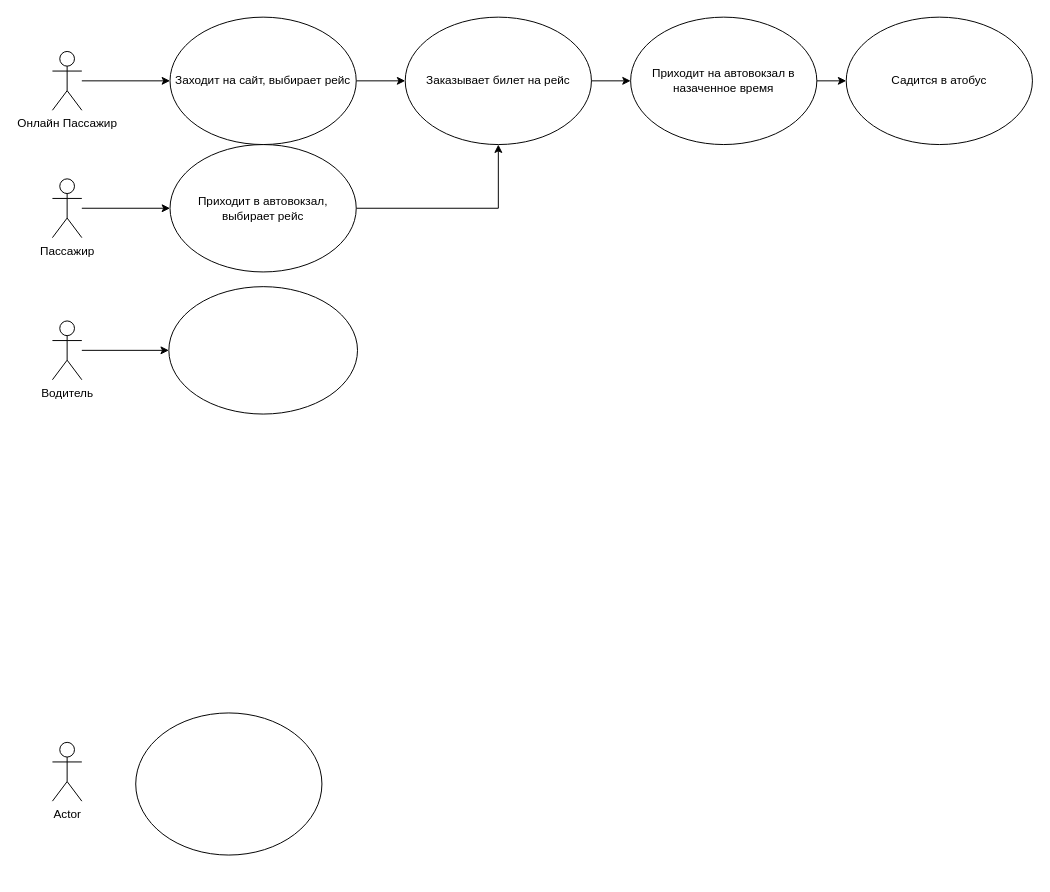
This is Диаграмма класссааааа без названия.drawio from L0g1sT/Raports.PZ., a draw.io file, before an edit. Source tidied: cells renumbered, new cells numbered last; positions are measured from the earlier drawing's top-left corner, leaving out a move shared by most shapes. Both pictures are drawn from the tidied source at 98%, with x=0, y=0 at pixel (52, 17).
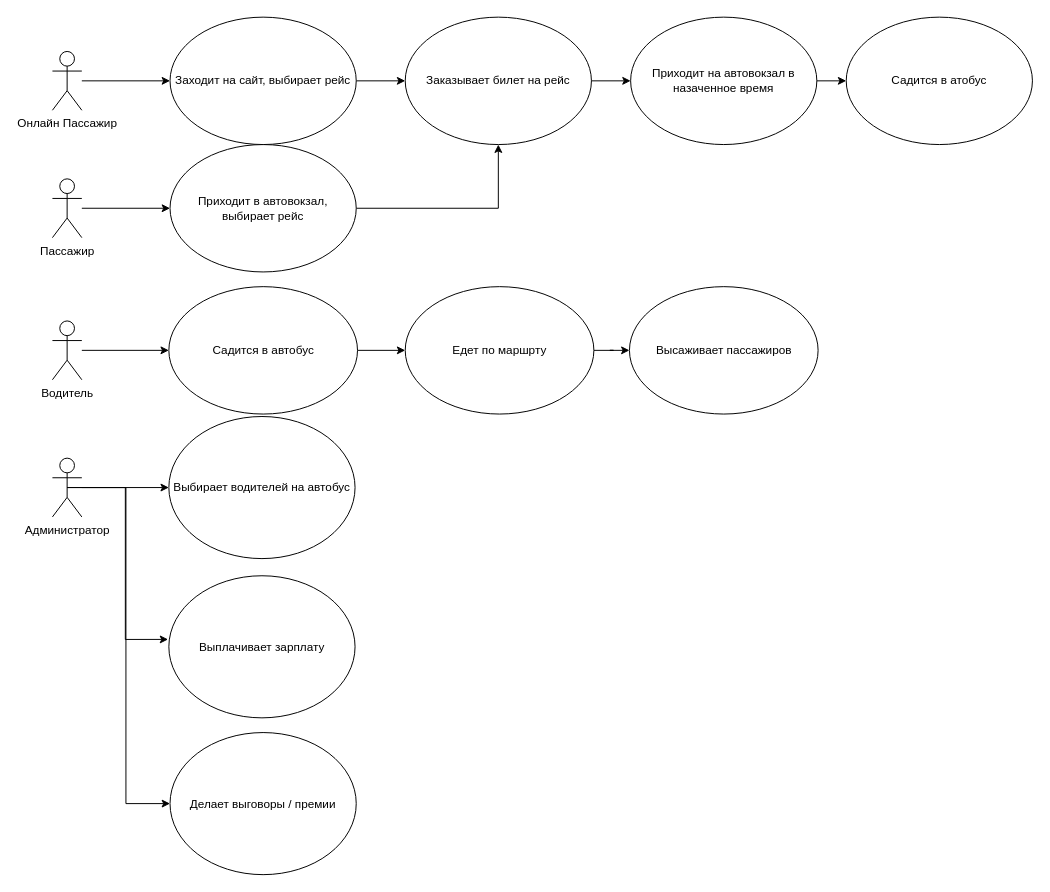
Above is the later version.

The edit, as a diff of the source:
```diff
@@
+    <mxCell id="20" style="edgeStyle=orthogonalEdgeStyle;rounded=0;jettySize=auto;html=1;entryX=-0.004;entryY=0.448;entryDx=0;entryDy=0;entryPerimeter=0;" parent="1" edge="1" source="6" target="26">
+      <mxGeometry relative="1" as="geometry" />
+    </mxCell>
-    <mxCell id="6" value="Actor" style="shape=umlActor;verticalLabelPosition=bottom;verticalAlign=top;html=1;outlineConnect=0;" parent="1" vertex="1">
-      <mxGeometry y="740" width="30" height="60" as="geometry" />
+    <mxCell id="6" value="Администратор" style="shape=umlActor;verticalLabelPosition=bottom;verticalAlign=top;html=1;outlineConnect=0;" parent="1" vertex="1">
+      <mxGeometry y="450" width="30" height="60" as="geometry" />
     </mxCell>
+    <mxCell id="21" style="edgeStyle=orthogonalEdgeStyle;rounded=0;jettySize=auto;html=1;" parent="1" edge="1" source="7" target="24">
+      <mxGeometry relative="1" as="geometry" />
+    </mxCell>
-    <mxCell id="7" style="ellipse;whiteSpace=wrap;html=1;" parent="1" vertex="1">
+    <mxCell id="7" value="Садится в автобус" style="ellipse;whiteSpace=wrap;html=1;" parent="1" vertex="1">
       <mxGeometry x="118.8" y="275" width="192.5" height="130" as="geometry" />
     </mxCell>
@@
+    <mxCell id="22" style="edgeStyle=orthogonalEdgeStyle;rounded=0;jettySize=auto;html=1;exitX=0.5;exitY=0.5;exitDx=0;exitDy=0;exitPerimeter=0;entryX=0;entryY=0.5;entryDx=0;entryDy=0;" parent="1" edge="1" source="6" target="10">
+      <mxGeometry relative="1" as="geometry" />
+    </mxCell>
-    <mxCell id="10" style="ellipse;whiteSpace=wrap;html=1;" parent="1" vertex="1">
-      <mxGeometry x="85" y="710" width="190" height="145" as="geometry" />
+    <mxCell id="10" value="Выбирает водителей на автобус" style="ellipse;whiteSpace=wrap;html=1;" parent="1" vertex="1">
+      <mxGeometry x="118.8" y="407.5" width="190" height="145" as="geometry" />
     </mxCell>
@@
+    <mxCell id="23" style="edgeStyle=orthogonalEdgeStyle;rounded=0;jettySize=auto;html=1;" parent="1" edge="1" source="24" target="25">
+      <mxGeometry relative="1" as="geometry" />
+    </mxCell>
+    <mxCell id="24" value="Едет по маршрту" style="ellipse;whiteSpace=wrap;html=1;" parent="1" vertex="1">
+      <mxGeometry x="360" y="275" width="192.5" height="130" as="geometry" />
+    </mxCell>
+    <mxCell id="25" value="Высаживает пассажиров" style="ellipse;whiteSpace=wrap;html=1;" parent="1" vertex="1">
+      <mxGeometry x="588.8" y="275" width="192.5" height="130" as="geometry" />
+    </mxCell>
+    <mxCell id="26" value="Выплачивает зарплату&lt;br&gt;" style="ellipse;whiteSpace=wrap;html=1;" parent="1" vertex="1">
+      <mxGeometry x="118.8" y="570" width="190" height="145" as="geometry" />
+    </mxCell>
+    <mxCell id="27" value="Делает выговоры / премии" style="ellipse;whiteSpace=wrap;html=1;" parent="1" vertex="1">
+      <mxGeometry x="120" y="730" width="190" height="145" as="geometry" />
+    </mxCell>
+    <mxCell id="28" style="edgeStyle=orthogonalEdgeStyle;rounded=0;jettySize=auto;html=1;entryX=0;entryY=0.5;entryDx=0;entryDy=0;exitX=0.5;exitY=0.5;exitDx=0;exitDy=0;exitPerimeter=0;" parent="1" edge="1" source="6" target="27">
+      <mxGeometry relative="1" as="geometry" />
+    </mxCell>
```
